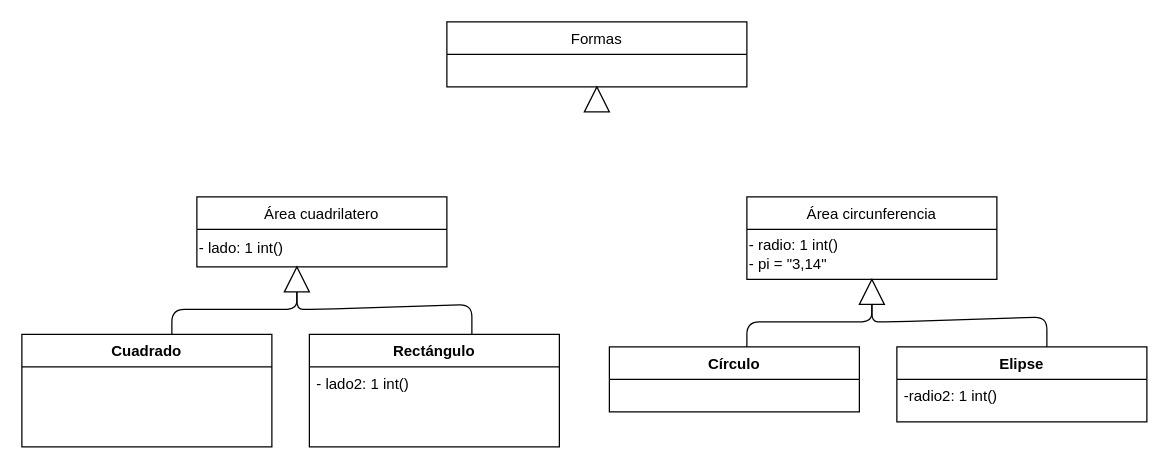
Earlier version of the draw.io diagram ejercicio18.drawio (mgonzalz/ejercicios_grupales). Source tidied: cells renumbered, new cells numbered last; positions are measured from the earlier drawing's top-left corner, leaving out a move shared by most shapes. Both pictures are drawn from the tidied source at 125%, with x=0, y=0 at pixel (21, 21).
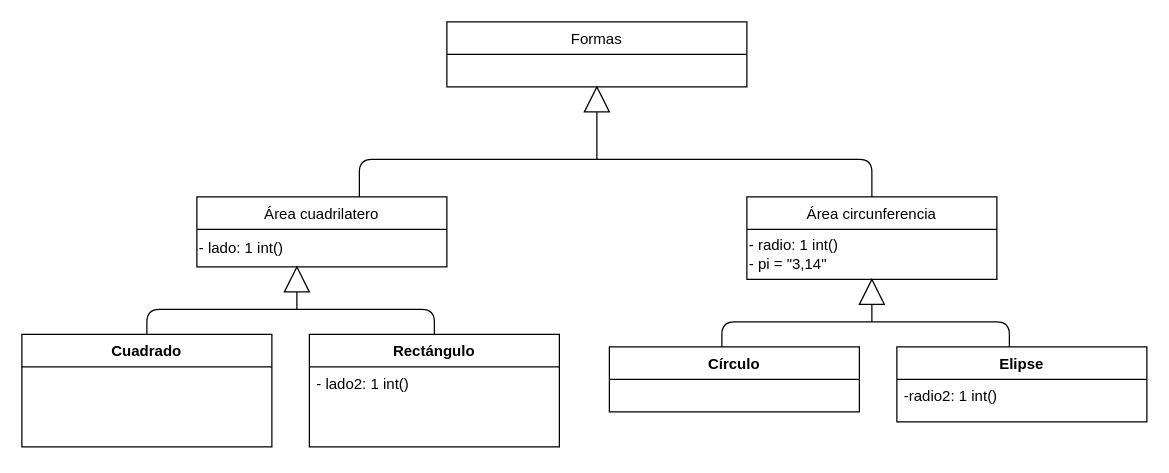
Above is the later version.

The change refers to these unchanged cells:
```xml
<mxCell id="2" value="Cuadrado" style="swimlane;fontStyle=1;align=center;verticalAlign=top;horizontal=1;startSize=26;" parent="1" vertex="1">
  <mxGeometry y="250" width="200" height="90" as="geometry" />
</mxCell>
<mxCell id="3" value="Rectángulo" style="swimlane;fontStyle=1;align=center;verticalAlign=top;horizontal=1;startSize=26;" parent="1" vertex="1">
  <mxGeometry x="230" y="250" width="200" height="90" as="geometry" />
</mxCell>
<mxCell id="5" value="Elipse" style="swimlane;fontStyle=1;horizontal=1;startSize=26;fillColor=none;" parent="1" vertex="1">
  <mxGeometry x="700" y="260" width="200" height="60" as="geometry" />
</mxCell>
<mxCell id="11" value="Área circunferencia" style="swimlane;fontStyle=0;horizontal=1;startSize=26;fillColor=none;" parent="1" vertex="1">
  <mxGeometry x="580" y="140" width="200" height="66" as="geometry" />
</mxCell>
<mxCell id="13" style="verticalLabelPosition=bottom;verticalAlign=top;html=1;shape=mxgraph.basic.acute_triangle;dx=0.5;" parent="1" vertex="1">
  <mxGeometry x="210" y="196" width="20" height="20" as="geometry" />
</mxCell>
<mxCell id="14" style="verticalLabelPosition=bottom;verticalAlign=top;html=1;shape=mxgraph.basic.acute_triangle;dx=0.5;" parent="1" vertex="1">
  <mxGeometry x="450" y="52" width="20" height="20" as="geometry" />
</mxCell>
<mxCell id="15" style="verticalLabelPosition=bottom;verticalAlign=top;html=1;shape=mxgraph.basic.acute_triangle;dx=0.5;" parent="1" vertex="1">
  <mxGeometry x="670" y="206" width="20" height="20" as="geometry" />
</mxCell>
```

Change to the diagram source:
```diff
@@
-    <mxCell id="16" style="endArrow=none;html=1;entryX=0.5;entryY=1;entryDx=0;entryDy=0;entryPerimeter=0;" parent="1" edge="1" target="15">
-      <mxGeometry relative="1" as="geometry">
-        <mxPoint x="580" y="260" as="sourcePoint" />
-        <Array as="points">
-          <mxPoint x="580" y="240" />
-          <mxPoint x="680" y="240" />
-        </Array>
-      </mxGeometry>
-    </mxCell>
-    <mxCell id="17" style="endArrow=none;html=1;entryX=0.5;entryY=1;entryDx=0;entryDy=0;entryPerimeter=0;exitX=0.6;exitY=0;exitDx=0;exitDy=0;exitPerimeter=0;" parent="1" edge="1" source="5" target="15">
-      <mxGeometry relative="1" as="geometry">
-        <Array as="points">
-          <mxPoint x="820" y="236" />
-          <mxPoint x="700" y="240" />
-          <mxPoint x="680" y="240" />
-        </Array>
-      </mxGeometry>
-    </mxCell>
-    <mxCell id="18" style="endArrow=none;html=1;entryX=0.5;entryY=1;entryDx=0;entryDy=0;entryPerimeter=0;" parent="1" edge="1">
-      <mxGeometry relative="1" as="geometry">
-        <mxPoint x="120" y="250" as="sourcePoint" />
-        <mxPoint x="220" y="216" as="targetPoint" />
-        <Array as="points">
-          <mxPoint x="120" y="230" />
-          <mxPoint x="220" y="230" />
-        </Array>
-      </mxGeometry>
-    </mxCell>
-    <mxCell id="19" style="endArrow=none;html=1;entryX=0.5;entryY=1;entryDx=0;entryDy=0;entryPerimeter=0;exitX=0.6;exitY=0;exitDx=0;exitDy=0;exitPerimeter=0;" parent="1" edge="1">
-      <mxGeometry relative="1" as="geometry">
-        <mxPoint x="360" y="250" as="sourcePoint" />
-        <mxPoint x="220" y="216" as="targetPoint" />
-        <Array as="points">
-          <mxPoint x="360" y="226" />
-          <mxPoint x="240" y="230" />
-          <mxPoint x="220" y="230" />
-        </Array>
-      </mxGeometry>
-    </mxCell>
+    <mxCell id="20" style="endArrow=none;html=1;entryX=0.5;entryY=0;entryDx=0;entryDy=0;exitX=0.5;exitY=0;exitDx=0;exitDy=0;" parent="1" edge="1" target="11">
+      <mxGeometry relative="1" as="geometry">
+        <mxPoint x="270" y="140" as="sourcePoint" />
+        <Array as="points">
+          <mxPoint x="270" y="110" />
+          <mxPoint x="385" y="110" />
+          <mxPoint x="680" y="110" />
+        </Array>
+      </mxGeometry>
+    </mxCell>
+    <mxCell id="21" style="endArrow=none;html=1;entryX=0.5;entryY=1;entryDx=0;entryDy=0;entryPerimeter=0;" parent="1" edge="1" target="14">
+      <mxGeometry relative="1" as="geometry">
+        <mxPoint x="460" y="110" as="sourcePoint" />
+      </mxGeometry>
+    </mxCell>
+    <mxCell id="22" style="endArrow=none;html=1;entryX=0.5;entryY=0;entryDx=0;entryDy=0;exitX=0.5;exitY=0;exitDx=0;exitDy=0;" parent="1" edge="1" source="2" target="3">
+      <mxGeometry relative="1" as="geometry">
+        <Array as="points">
+          <mxPoint x="100" y="230" />
+          <mxPoint x="205" y="230" />
+          <mxPoint x="330" y="230" />
+        </Array>
+      </mxGeometry>
+    </mxCell>
+    <mxCell id="23" style="endArrow=none;html=1;entryX=0.5;entryY=1;entryDx=0;entryDy=0;entryPerimeter=0;" parent="1" edge="1" target="13">
+      <mxGeometry relative="1" as="geometry">
+        <mxPoint x="220" y="230" as="sourcePoint" />
+      </mxGeometry>
+    </mxCell>
+    <mxCell id="24" style="endArrow=none;html=1;entryX=0.5;entryY=0;entryDx=0;entryDy=0;exitX=0.5;exitY=0;exitDx=0;exitDy=0;" parent="1" edge="1">
+      <mxGeometry relative="1" as="geometry">
+        <mxPoint x="560" y="260" as="sourcePoint" />
+        <mxPoint x="790" y="260" as="targetPoint" />
+        <Array as="points">
+          <mxPoint x="560" y="240" />
+          <mxPoint x="665" y="240" />
+          <mxPoint x="790" y="240" />
+        </Array>
+      </mxGeometry>
+    </mxCell>
+    <mxCell id="25" style="endArrow=none;html=1;entryX=0.5;entryY=1;entryDx=0;entryDy=0;entryPerimeter=0;" parent="1" edge="1">
+      <mxGeometry relative="1" as="geometry">
+        <mxPoint x="680" y="240" as="sourcePoint" />
+        <mxPoint x="680" y="226" as="targetPoint" />
+      </mxGeometry>
+    </mxCell>
```
